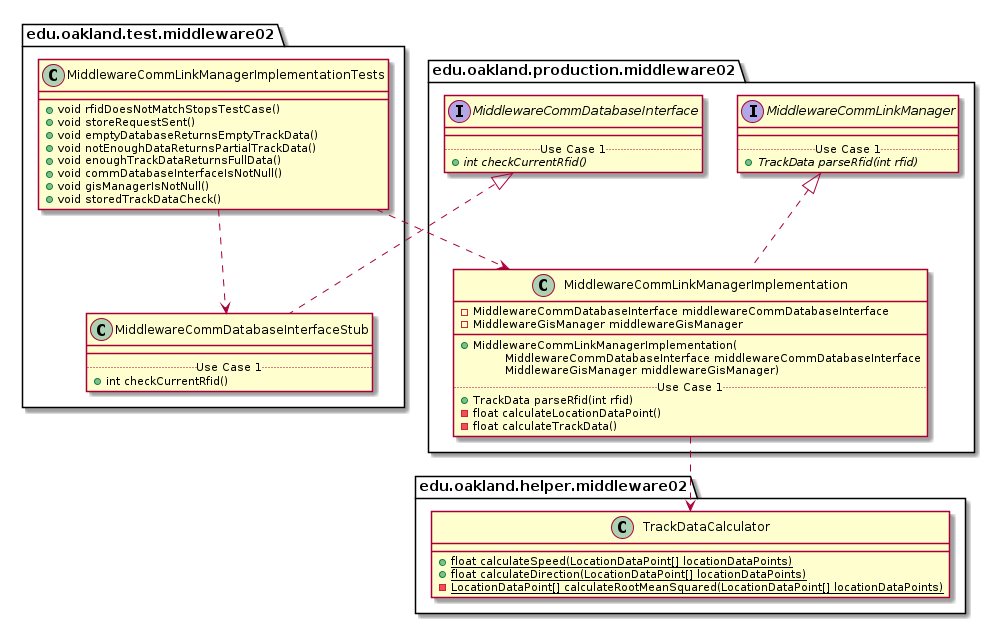
This is docs/uml-class-diagrams/middleware02/test/MiddlewareCommLinkManagerImplementationTests/MiddlewareCommLinkManagerImplementationTests_Closure.png from andrewdimmer/csi-3370-software-project, a PlantUML export, as it was before one commit.
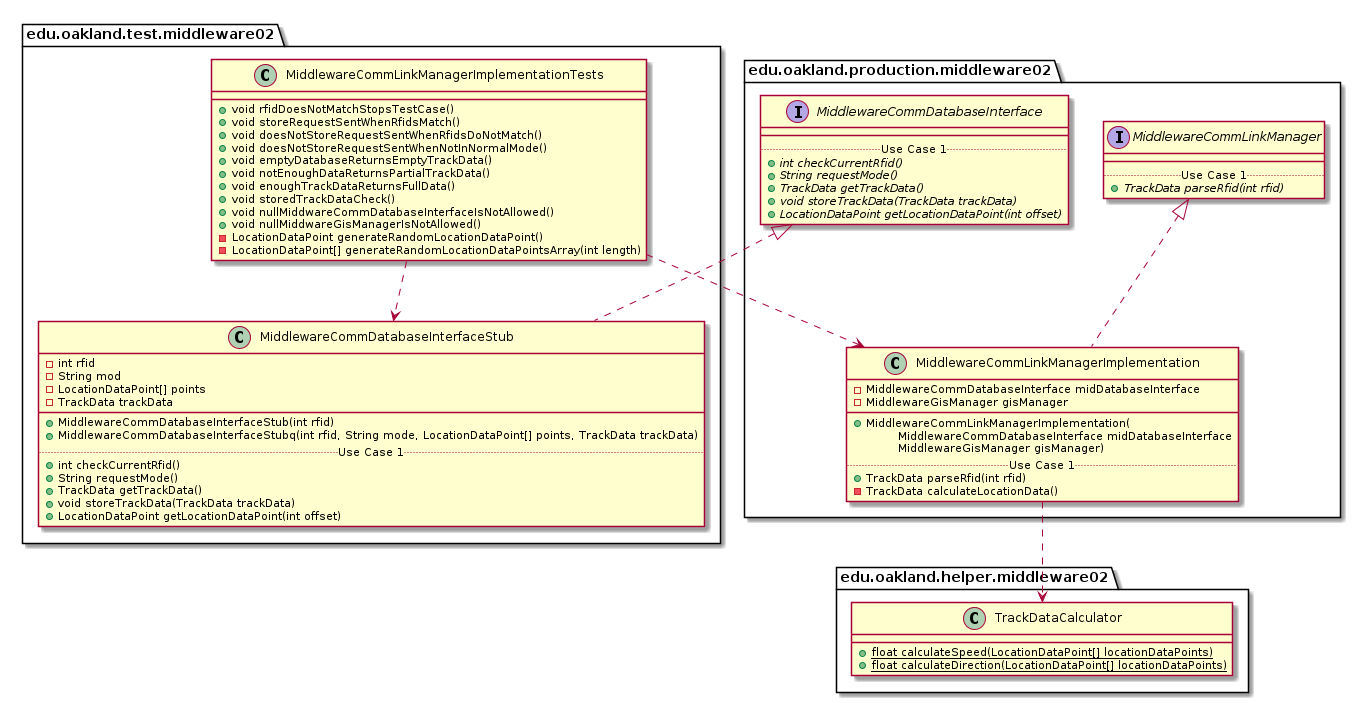
Later version of the same file.

Diff of the diagram source:
```diff
@@ -4,13 +4,17 @@
 package edu.oakland.test.middleware02 {
     class MiddlewareCommLinkManagerImplementationTests {
         + void rfidDoesNotMatchStopsTestCase()
-        + void storeRequestSent()
+        + void storeRequestSentWhenRfidsMatch()
+        + void doesNotStoreRequestSentWhenRfidsDoNotMatch()
+        + void doesNotStoreRequestSentWhenNotInNormalMode()
         + void emptyDatabaseReturnsEmptyTrackData()
         + void notEnoughDataReturnsPartialTrackData()
         + void enoughTrackDataReturnsFullData()
-        + void commDatabaseInterfaceIsNotNull()
-        + void gisManagerIsNotNull()
         + void storedTrackDataCheck()
+        + void nullMiddwareCommDatabaseInterfaceIsNotAllowed()
+        + void nullMiddwareGisManagerIsNotAllowed()
+        - LocationDataPoint generateRandomLocationDataPoint()
+        - LocationDataPoint[] generateRandomLocationDataPointsArray(int length)
     }
 }
 
@@ -19,9 +23,19 @@
 
 package edu.oakland.test.middleware02 {
     class MiddlewareCommDatabaseInterfaceStub {
+        - int rfid
+        - String mod
+        - LocationDataPoint[] points
+        - TrackData trackData
         __
+        + MiddlewareCommDatabaseInterfaceStub(int rfid)
+        + MiddlewareCommDatabaseInterfaceStubq(int rfid, String mode, LocationDataPoint[] points, TrackData trackData)
         .. Use Case 1 ..
         + int checkCurrentRfid()
+        + String requestMode()
+        + TrackData getTrackData()
+        + void storeTrackData(TrackData trackData)
+        + LocationDataPoint getLocationDataPoint(int offset)
     }
 }
 
@@ -33,6 +47,10 @@
         __
         .. Use Case 1 ..
         {abstract} + int checkCurrentRfid()
+        {abstract} + String requestMode()
+        {abstract} + TrackData getTrackData()
+        {abstract} + void storeTrackData(TrackData trackData)
+        {abstract} + LocationDataPoint getLocationDataPoint(int offset)
     }
 }
 
@@ -51,16 +69,15 @@
 
 package edu.oakland.production.middleware02 {
     class MiddlewareCommLinkManagerImplementation {
-        - MiddlewareCommDatabaseInterface middlewareCommDatabaseInterface
-        - MiddlewareGisManager middlewareGisManager
+        - MiddlewareCommDatabaseInterface midDatabaseInterface
+        - MiddlewareGisManager gisManager
         __
         + MiddlewareCommLinkManagerImplementation(
-        \tMiddlewareCommDatabaseInterface middlewareCommDatabaseInterface
-        \tMiddlewareGisManager middlewareGisManager)
+        \tMiddlewareCommDatabaseInterface midDatabaseInterface
+        \tMiddlewareGisManager gisManager)
         .. Use Case 1 ..
         + TrackData parseRfid(int rfid)
-        - float calculateLocationDataPoint()
-        - float calculateTrackData()
+        - TrackData calculateLocationData()
     }
 }
 
@@ -88,7 +105,6 @@
     class TrackDataCalculator {
         {static} + float calculateSpeed(LocationDataPoint[] locationDataPoints)
         {static} + float calculateDirection(LocationDataPoint[] locationDataPoints)
-        {static} - LocationDataPoint[] calculateRootMeanSquared(LocationDataPoint[] locationDataPoints)
     }
 }
 
```
